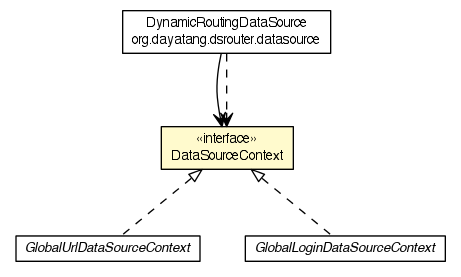
dayatang/dddlib keeps this Graphviz diagram as apidocs/org/dayatang/dsrouter/context/DataSourceContext.png. Above is the earlier version. Its source is kept beside it as apidocs/org/dayatang/dsrouter/context/DataSourceContext.dot. The source it was exported from:
```dot

digraph G {
	edge [fontname="Helvetica",fontsize=10,labelfontname="Helvetica",labelfontsize=10];
	node [fontname="Helvetica",fontsize=10,shape=plaintext];
	nodesep=0.25;
	ranksep=0.5;
	c36271 [label=<<table title="org.dayatang.dsrouter.context.GlobalUrlDataSourceContext" border="0" cellborder="1" cellspacing="0" cellpadding="2" port="p" href="./GlobalUrlDataSourceContext.html">
		<tr><td><table border="0" cellspacing="0" cellpadding="1">
<tr><td align="center" balign="center"><font face="Helvetica-Oblique"> GlobalUrlDataSourceContext </font></td></tr>
		</table></td></tr>
		</table>>, URL="./GlobalUrlDataSourceContext.html", fontname="Helvetica", fontcolor="black", fontsize=10.0];
	c36272 [label=<<table title="org.dayatang.dsrouter.context.GlobalLoginDataSourceContext" border="0" cellborder="1" cellspacing="0" cellpadding="2" port="p" href="./GlobalLoginDataSourceContext.html">
		<tr><td><table border="0" cellspacing="0" cellpadding="1">
<tr><td align="center" balign="center"><font face="Helvetica-Oblique"> GlobalLoginDataSourceContext </font></td></tr>
		</table></td></tr>
		</table>>, URL="./GlobalLoginDataSourceContext.html", fontname="Helvetica", fontcolor="black", fontsize=10.0];
	c36273 [label=<<table title="org.dayatang.dsrouter.context.DataSourceContext" border="0" cellborder="1" cellspacing="0" cellpadding="2" port="p" bgcolor="lemonChiffon" href="./DataSourceContext.html">
		<tr><td><table border="0" cellspacing="0" cellpadding="1">
<tr><td align="center" balign="center"> &#171;interface&#187; </td></tr>
<tr><td align="center" balign="center"> DataSourceContext </td></tr>
		</table></td></tr>
		</table>>, URL="./DataSourceContext.html", fontname="Helvetica", fontcolor="black", fontsize=10.0];
	c36277 [label=<<table title="org.dayatang.dsrouter.datasource.DynamicRoutingDataSource" border="0" cellborder="1" cellspacing="0" cellpadding="2" port="p" href="../datasource/DynamicRoutingDataSource.html">
		<tr><td><table border="0" cellspacing="0" cellpadding="1">
<tr><td align="center" balign="center"> DynamicRoutingDataSource </td></tr>
<tr><td align="center" balign="center"> org.dayatang.dsrouter.datasource </td></tr>
		</table></td></tr>
		</table>>, URL="../datasource/DynamicRoutingDataSource.html", fontname="Helvetica", fontcolor="black", fontsize=10.0];
	c36273:p -> c36271:p [dir=back,arrowtail=empty,style=dashed];
	c36273:p -> c36272:p [dir=back,arrowtail=empty,style=dashed];
	c36277:p -> c36273:p [taillabel="", label=" "headlabel="", fontname="Helvetica", fontcolor="black", fontsize=10.0, color="black", arrowhead=open];
	c36277:p -> c36273:p [taillabel="", label=" "headlabel="", fontname="Helvetica", fontcolor="black", fontsize=10.0, color="black", arrowhead=open, style=dashed];
}
```
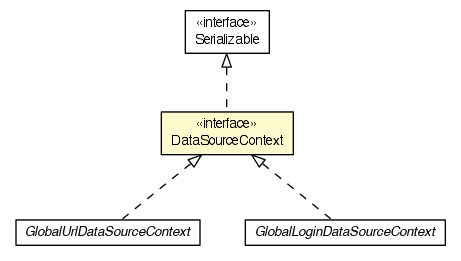
Above is the later version.

Change to the diagram source:
```diff
@@ -4,30 +4,29 @@
 	node [fontname="Helvetica",fontsize=10,shape=plaintext];
 	nodesep=0.25;
 	ranksep=0.5;
-	c36271 [label=<<table title="org.dayatang.dsrouter.context.GlobalUrlDataSourceContext" border="0" cellborder="1" cellspacing="0" cellpadding="2" port="p" href="./GlobalUrlDataSourceContext.html">
+	c36090 [label=<<table title="org.dayatang.dsrouter.context.GlobalUrlDataSourceContext" border="0" cellborder="1" cellspacing="0" cellpadding="2" port="p" href="./GlobalUrlDataSourceContext.html">
 		<tr><td><table border="0" cellspacing="0" cellpadding="1">
 <tr><td align="center" balign="center"><font face="Helvetica-Oblique"> GlobalUrlDataSourceContext </font></td></tr>
 		</table></td></tr>
 		</table>>, URL="./GlobalUrlDataSourceContext.html", fontname="Helvetica", fontcolor="black", fontsize=10.0];
-	c36272 [label=<<table title="org.dayatang.dsrouter.context.GlobalLoginDataSourceContext" border="0" cellborder="1" cellspacing="0" cellpadding="2" port="p" href="./GlobalLoginDataSourceContext.html">
+	c36091 [label=<<table title="org.dayatang.dsrouter.context.GlobalLoginDataSourceContext" border="0" cellborder="1" cellspacing="0" cellpadding="2" port="p" href="./GlobalLoginDataSourceContext.html">
 		<tr><td><table border="0" cellspacing="0" cellpadding="1">
 <tr><td align="center" balign="center"><font face="Helvetica-Oblique"> GlobalLoginDataSourceContext </font></td></tr>
 		</table></td></tr>
 		</table>>, URL="./GlobalLoginDataSourceContext.html", fontname="Helvetica", fontcolor="black", fontsize=10.0];
-	c36273 [label=<<table title="org.dayatang.dsrouter.context.DataSourceContext" border="0" cellborder="1" cellspacing="0" cellpadding="2" port="p" bgcolor="lemonChiffon" href="./DataSourceContext.html">
+	c36092 [label=<<table title="org.dayatang.dsrouter.context.DataSourceContext" border="0" cellborder="1" cellspacing="0" cellpadding="2" port="p" bgcolor="lemonChiffon" href="./DataSourceContext.html">
 		<tr><td><table border="0" cellspacing="0" cellpadding="1">
 <tr><td align="center" balign="center"> &#171;interface&#187; </td></tr>
 <tr><td align="center" balign="center"> DataSourceContext </td></tr>
 		</table></td></tr>
 		</table>>, URL="./DataSourceContext.html", fontname="Helvetica", fontcolor="black", fontsize=10.0];
-	c36277 [label=<<table title="org.dayatang.dsrouter.datasource.DynamicRoutingDataSource" border="0" cellborder="1" cellspacing="0" cellpadding="2" port="p" href="../datasource/DynamicRoutingDataSource.html">
+	c36092:p -> c36090:p [dir=back,arrowtail=empty,style=dashed];
+	c36092:p -> c36091:p [dir=back,arrowtail=empty,style=dashed];
+	c36162:p -> c36092:p [dir=back,arrowtail=empty,style=dashed];
+	c36162 [label=<<table title="java.io.Serializable" border="0" cellborder="1" cellspacing="0" cellpadding="2" port="p" href="http://download.oracle.com/javase/7/docs/api/java/io/Serializable.html">
 		<tr><td><table border="0" cellspacing="0" cellpadding="1">
-<tr><td align="center" balign="center"> DynamicRoutingDataSource </td></tr>
-<tr><td align="center" balign="center"> org.dayatang.dsrouter.datasource </td></tr>
+<tr><td align="center" balign="center"> &#171;interface&#187; </td></tr>
+<tr><td align="center" balign="center"> Serializable </td></tr>
 		</table></td></tr>
-		</table>>, URL="../datasource/DynamicRoutingDataSource.html", fontname="Helvetica", fontcolor="black", fontsize=10.0];
-	c36273:p -> c36271:p [dir=back,arrowtail=empty,style=dashed];
-	c36273:p -> c36272:p [dir=back,arrowtail=empty,style=dashed];
-	c36277:p -> c36273:p [taillabel="", label=" "headlabel="", fontname="Helvetica", fontcolor="black", fontsize=10.0, color="black", arrowhead=open];
-	c36277:p -> c36273:p [taillabel="", label=" "headlabel="", fontname="Helvetica", fontcolor="black", fontsize=10.0, color="black", arrowhead=open, style=dashed];
+		</table>>, URL="http://download.oracle.com/javase/7/docs/api/java/io/Serializable.html", fontname="Helvetica", fontcolor="black", fontsize=10.0];
 }
```
